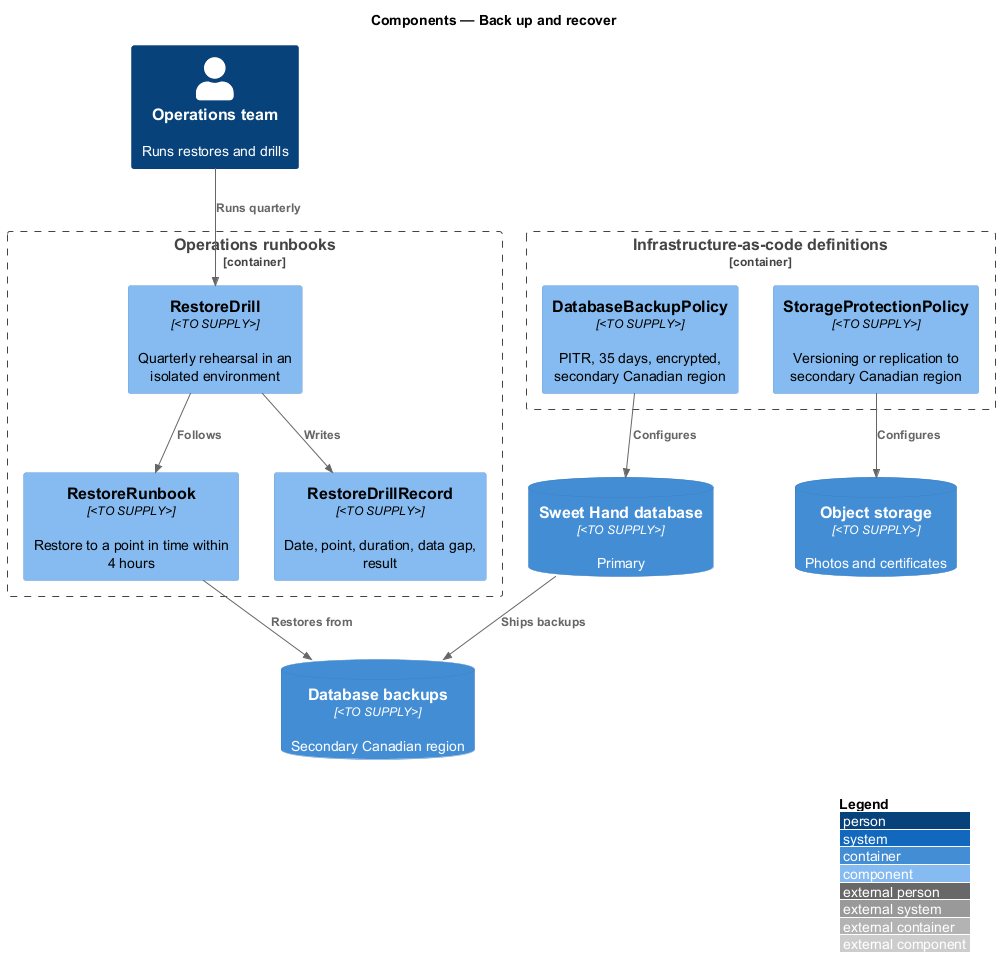
The PlantUML diagram docs/detailed-designs/platform/back-up-and-recover/diagrams/c4-component.png in QuinntyneBrown/sweet-hand, before a commit.
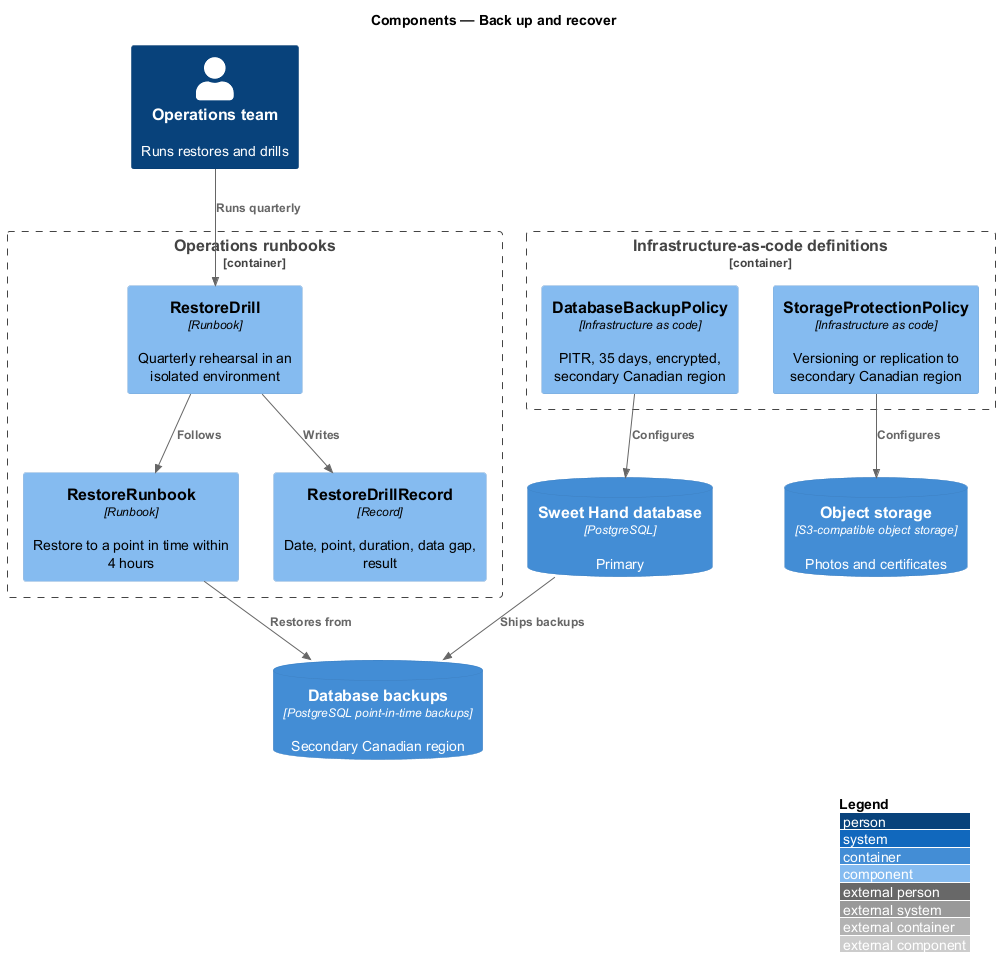
Above is the later version.

Diff of the diagram source:
```diff
@@ -5,17 +5,17 @@
 
 Person(ops, "Operations team", "Runs restores and drills")
 Container_Boundary(iac, "Infrastructure-as-code definitions") {
-  Component(dbpolicy, "DatabaseBackupPolicy", "<TO SUPPLY>", "PITR, 35 days, encrypted, secondary Canadian region")
-  Component(storepolicy, "StorageProtectionPolicy", "<TO SUPPLY>", "Versioning or replication to secondary Canadian region")
+  Component(dbpolicy, "DatabaseBackupPolicy", "Infrastructure as code", "PITR, 35 days, encrypted, secondary Canadian region")
+  Component(storepolicy, "StorageProtectionPolicy", "Infrastructure as code", "Versioning or replication to secondary Canadian region")
 }
 Container_Boundary(runbooks, "Operations runbooks") {
-  Component(runbook, "RestoreRunbook", "<TO SUPPLY>", "Restore to a point in time within 4 hours")
-  Component(drill, "RestoreDrill", "<TO SUPPLY>", "Quarterly rehearsal in an isolated environment")
-  Component(record, "RestoreDrillRecord", "<TO SUPPLY>", "Date, point, duration, data gap, result")
+  Component(runbook, "RestoreRunbook", "Runbook", "Restore to a point in time within 4 hours")
+  Component(drill, "RestoreDrill", "Runbook", "Quarterly rehearsal in an isolated environment")
+  Component(record, "RestoreDrillRecord", "Record", "Date, point, duration, data gap, result")
 }
-ContainerDb(db, "Sweet Hand database", "<TO SUPPLY>", "Primary")
-ContainerDb(storage, "Object storage", "<TO SUPPLY>", "Photos and certificates")
-ContainerDb(dbbackup, "Database backups", "<TO SUPPLY>", "Secondary Canadian region")
+ContainerDb(db, "Sweet Hand database", "PostgreSQL", "Primary")
+ContainerDb(storage, "Object storage", "S3-compatible object storage", "Photos and certificates")
+ContainerDb(dbbackup, "Database backups", "PostgreSQL point-in-time backups", "Secondary Canadian region")
 
 Rel(dbpolicy, db, "Configures")
 Rel(storepolicy, storage, "Configures")
```
